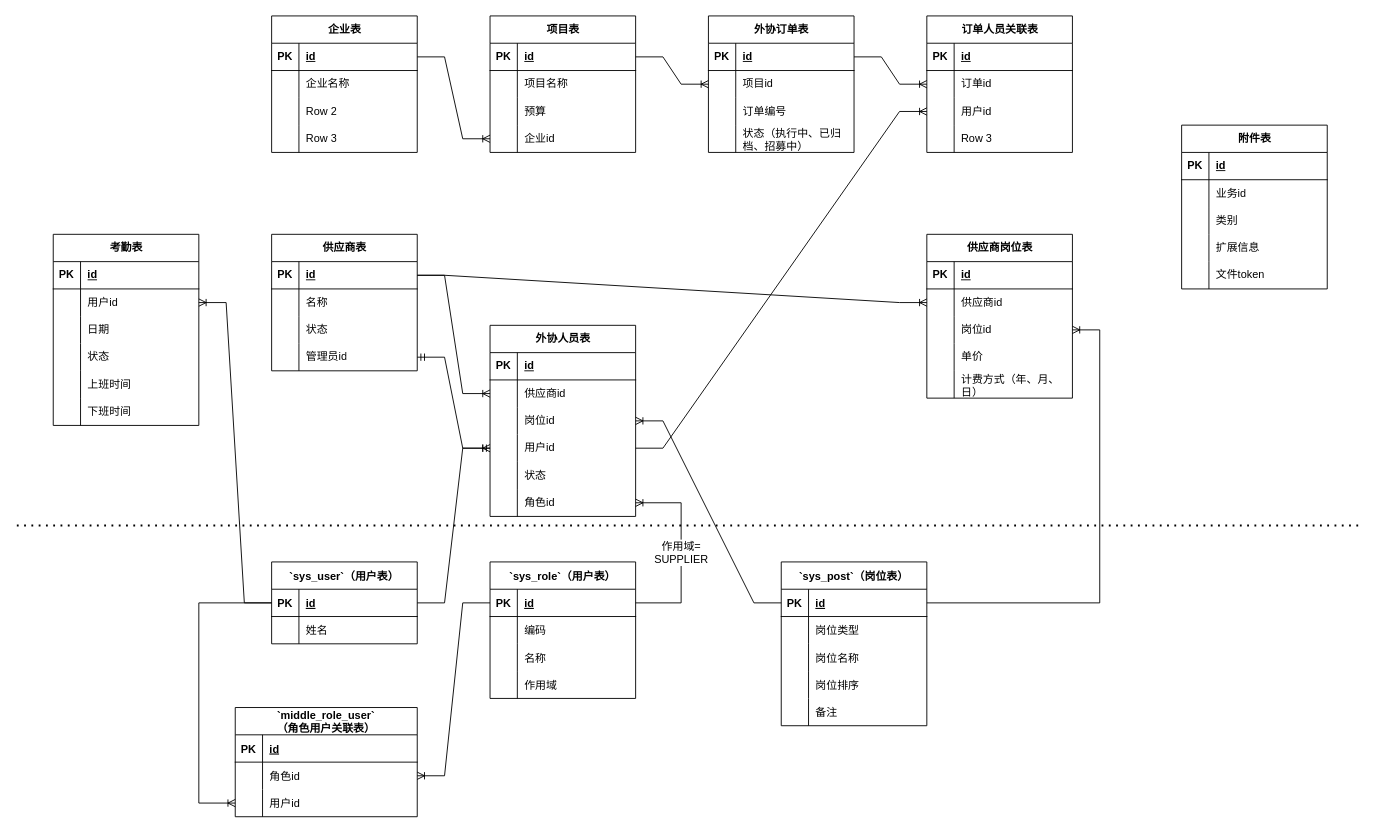
Qunz/drawio keeps this draw.io diagram as extend-staff/业务模型.drawio. Above is the earlier version. Source tidied: cells renumbered, new cells numbered last; positions are measured from the earlier drawing's top-left corner, leaving out a move shared by most shapes. Both pictures are drawn from the tidied source at 91%, with x=0, y=0 at pixel (16, 15).
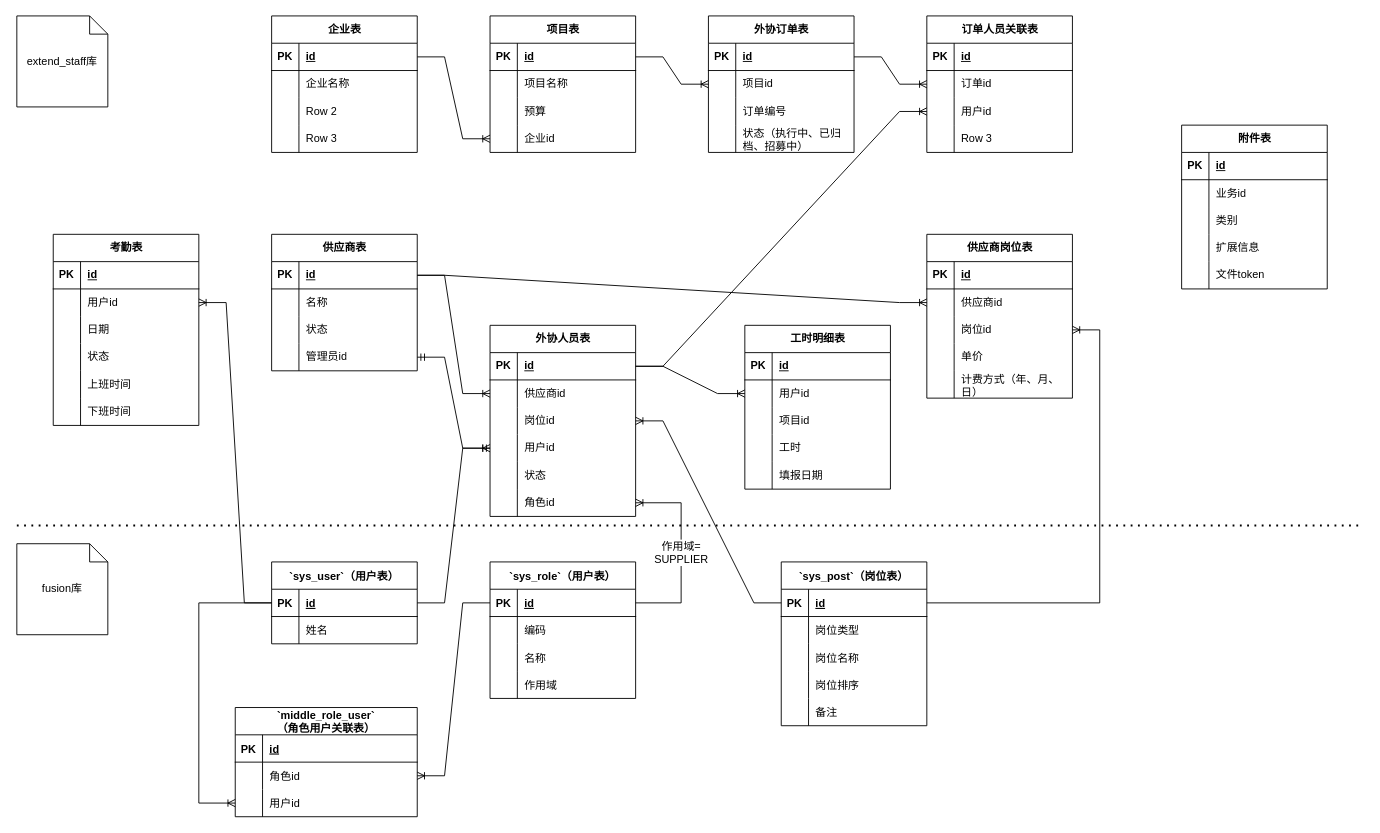
After the change.

Commit message (it also covers changes not shown here):
更新业务模型.drawio

Unchanged cells that the change refers to:
```xml
<mxCell id="74" style="shape=tableRow;horizontal=0;startSize=0;swimlaneHead=0;swimlaneBody=0;fillColor=none;points=[[0,0.5],[1,0.5]];portConstraint=eastwest;top=0;left=0;right=0;bottom=1;" parent="73" vertex="1">
  <mxGeometry y="30" width="160" height="30" as="geometry" />
</mxCell>
<mxCell id="83" style="shape=tableRow;horizontal=0;startSize=0;swimlaneHead=0;swimlaneBody=0;fillColor=none;points=[[0,0.5],[1,0.5]];portConstraint=eastwest;top=0;left=0;right=0;bottom=0;" parent="73" vertex="1">
  <mxGeometry y="120" width="160" height="30" as="geometry" />
</mxCell>
<mxCell id="112" style="shape=tableRow;horizontal=0;startSize=0;swimlaneHead=0;swimlaneBody=0;fillColor=none;points=[[0,0.5],[1,0.5]];portConstraint=eastwest;top=0;left=0;right=0;bottom=0;" parent="105" vertex="1">
  <mxGeometry y="90" width="160" height="30" as="geometry" />
</mxCell>
```

The edit, as a diff of the source:
```diff
@@
-    <mxCell id="171" style="edgeStyle=entityRelationEdgeStyle;fontSize=12;html=1;endArrow=ERoneToMany;rounded=0;" parent="1" edge="1" source="83" target="112">
+    <mxCell id="171" style="edgeStyle=entityRelationEdgeStyle;fontSize=12;html=1;endArrow=ERoneToMany;rounded=0;" parent="1" edge="1" source="74" target="112">
       <mxGeometry relative="1" as="geometry" />
     </mxCell>
@@
+    <mxCell id="198" value="fusion库" style="shape=note;size=20;whiteSpace=wrap;html=1;" parent="1" vertex="1">
+      <mxGeometry y="580" width="100" height="100" as="geometry" />
+    </mxCell>
+    <mxCell id="199" value="extend_staff库" style="shape=note;size=20;whiteSpace=wrap;html=1;" parent="1" vertex="1">
+      <mxGeometry width="100" height="100" as="geometry" />
+    </mxCell>
+    <mxCell id="200" value="工时明细表" style="shape=table;startSize=30;childLayout=tableLayout;rowLines=0;fontStyle=1;align=center;html=1;" parent="1" vertex="1">
+      <mxGeometry x="800" y="340" width="160" height="180" as="geometry" />
+    </mxCell>
+    <mxCell id="201" style="shape=tableRow;horizontal=0;startSize=0;swimlaneHead=0;swimlaneBody=0;fillColor=none;top=0;left=0;right=0;bottom=1;" parent="200" vertex="1">
+      <mxGeometry y="30" width="160" height="30" as="geometry" />
+    </mxCell>
+    <mxCell id="202" value="PK" style="shape=partialRectangle;fillColor=none;top=0;left=0;bottom=0;right=0;fontStyle=1;overflow=hidden;whiteSpace=wrap;html=1;" parent="201" vertex="1">
+      <mxGeometry width="30" height="30" as="geometry" />
+    </mxCell>
+    <mxCell id="203" value="id" style="shape=partialRectangle;fillColor=none;top=0;left=0;bottom=0;right=0;align=left;spacingLeft=6;fontStyle=5;overflow=hidden;whiteSpace=wrap;html=1;" parent="201" vertex="1">
+      <mxGeometry x="30" width="130" height="30" as="geometry" />
+    </mxCell>
+    <mxCell id="204" style="shape=tableRow;horizontal=0;startSize=0;swimlaneHead=0;swimlaneBody=0;fillColor=none;points=[[0,0.5],[1,0.5]];portConstraint=eastwest;top=0;left=0;right=0;bottom=0;" parent="200" vertex="1">
+      <mxGeometry y="60" width="160" height="30" as="geometry" />
+    </mxCell>
+    <mxCell id="205" style="shape=partialRectangle;fillColor=none;top=0;left=0;bottom=0;right=0;overflow=hidden;whiteSpace=wrap;html=1;" parent="204" vertex="1">
+      <mxGeometry width="30" height="30" as="geometry" />
+    </mxCell>
+    <mxCell id="206" value="用户id" style="shape=partialRectangle;fillColor=none;top=0;left=0;bottom=0;right=0;align=left;spacingLeft=6;overflow=hidden;whiteSpace=wrap;html=1;" parent="204" vertex="1">
+      <mxGeometry x="30" width="130" height="30" as="geometry" />
+    </mxCell>
+    <mxCell id="207" style="shape=tableRow;horizontal=0;startSize=0;swimlaneHead=0;swimlaneBody=0;fillColor=none;top=0;left=0;right=0;bottom=0;" parent="200" vertex="1">
+      <mxGeometry y="90" width="160" height="30" as="geometry" />
+    </mxCell>
+    <mxCell id="208" style="shape=partialRectangle;fillColor=none;top=0;left=0;bottom=0;right=0;overflow=hidden;whiteSpace=wrap;html=1;" parent="207" vertex="1">
+      <mxGeometry width="30" height="30" as="geometry" />
+    </mxCell>
+    <mxCell id="209" value="项目id" style="shape=partialRectangle;fillColor=none;top=0;left=0;bottom=0;right=0;align=left;spacingLeft=6;overflow=hidden;whiteSpace=wrap;html=1;" parent="207" vertex="1">
+      <mxGeometry x="30" width="130" height="30" as="geometry" />
+    </mxCell>
+    <mxCell id="210" style="shape=tableRow;horizontal=0;startSize=0;swimlaneHead=0;swimlaneBody=0;fillColor=none;top=0;left=0;right=0;bottom=0;" parent="200" vertex="1">
+      <mxGeometry y="120" width="160" height="30" as="geometry" />
+    </mxCell>
+    <mxCell id="211" style="shape=partialRectangle;fillColor=none;top=0;left=0;bottom=0;right=0;overflow=hidden;whiteSpace=wrap;html=1;" parent="210" vertex="1">
+      <mxGeometry width="30" height="30" as="geometry" />
+    </mxCell>
+    <mxCell id="212" value="工时" style="shape=partialRectangle;fillColor=none;top=0;left=0;bottom=0;right=0;align=left;spacingLeft=6;overflow=hidden;whiteSpace=wrap;html=1;" parent="210" vertex="1">
+      <mxGeometry x="30" width="130" height="30" as="geometry" />
+    </mxCell>
+    <mxCell id="213" style="shape=tableRow;horizontal=0;startSize=0;swimlaneHead=0;swimlaneBody=0;fillColor=none;top=0;left=0;right=0;bottom=0;" parent="200" vertex="1">
+      <mxGeometry y="150" width="160" height="30" as="geometry" />
+    </mxCell>
+    <mxCell id="214" style="shape=partialRectangle;fillColor=none;top=0;left=0;bottom=0;right=0;overflow=hidden;whiteSpace=wrap;html=1;" parent="213" vertex="1">
+      <mxGeometry width="30" height="30" as="geometry" />
+    </mxCell>
+    <mxCell id="215" value="填报日期" style="shape=partialRectangle;fillColor=none;top=0;left=0;bottom=0;right=0;align=left;spacingLeft=6;overflow=hidden;whiteSpace=wrap;html=1;" parent="213" vertex="1">
+      <mxGeometry x="30" width="130" height="30" as="geometry" />
+    </mxCell>
+    <mxCell id="216" style="edgeStyle=entityRelationEdgeStyle;fontSize=12;html=1;endArrow=ERoneToMany;rounded=0;" parent="1" edge="1" source="74" target="204">
+      <mxGeometry relative="1" as="geometry" />
+    </mxCell>
```
